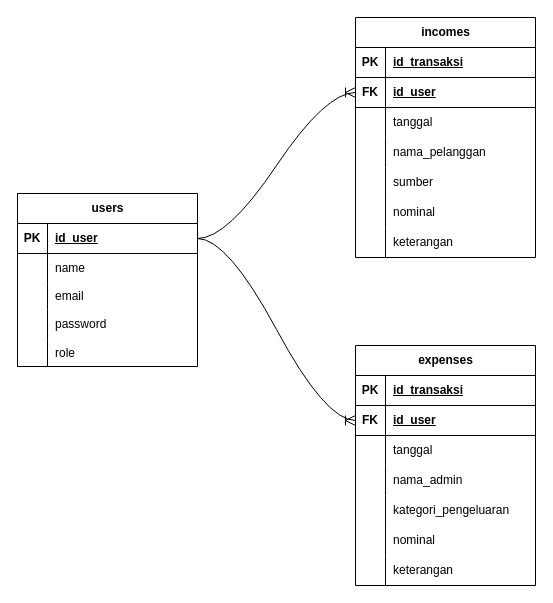
Before: page "Table" (2 of 2) of ERD Table.drawio in Joyce-Acia/PWL_Keuangan, a draw.io diagram. Source tidied: cells renumbered, new cells numbered last; positions are measured from the earlier drawing's top-left corner, leaving out a move shared by most shapes. Both pictures are drawn from the tidied source at 100%, with x=0, y=0 at pixel (17, 17).
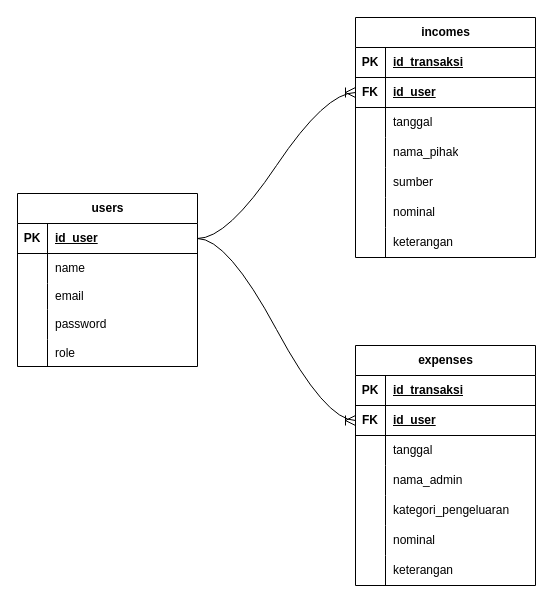
The same diagram, later.

The change refers to these unchanged cells:
```xml
<mxCell id="52" style="shape=tableRow;horizontal=0;startSize=0;swimlaneHead=0;swimlaneBody=0;fillColor=none;top=0;left=0;right=0;bottom=0;" parent="42" vertex="1">
  <mxGeometry y="120" width="180" height="30" as="geometry" />
</mxCell>
```

The edit, as a diff of the source:
```diff
@@
-    <mxCell id="54" value="nama_pelanggan" style="shape=partialRectangle;fillColor=none;top=0;left=0;bottom=0;right=0;align=left;spacingLeft=6;overflow=hidden;whiteSpace=wrap;html=1;" parent="52" vertex="1">
+    <mxCell id="54" value="nama_pihak" style="shape=partialRectangle;fillColor=none;top=0;left=0;bottom=0;right=0;align=left;spacingLeft=6;overflow=hidden;whiteSpace=wrap;html=1;" parent="52" vertex="1">
       <mxGeometry x="30" width="150" height="30" as="geometry" />
     </mxCell>
```
